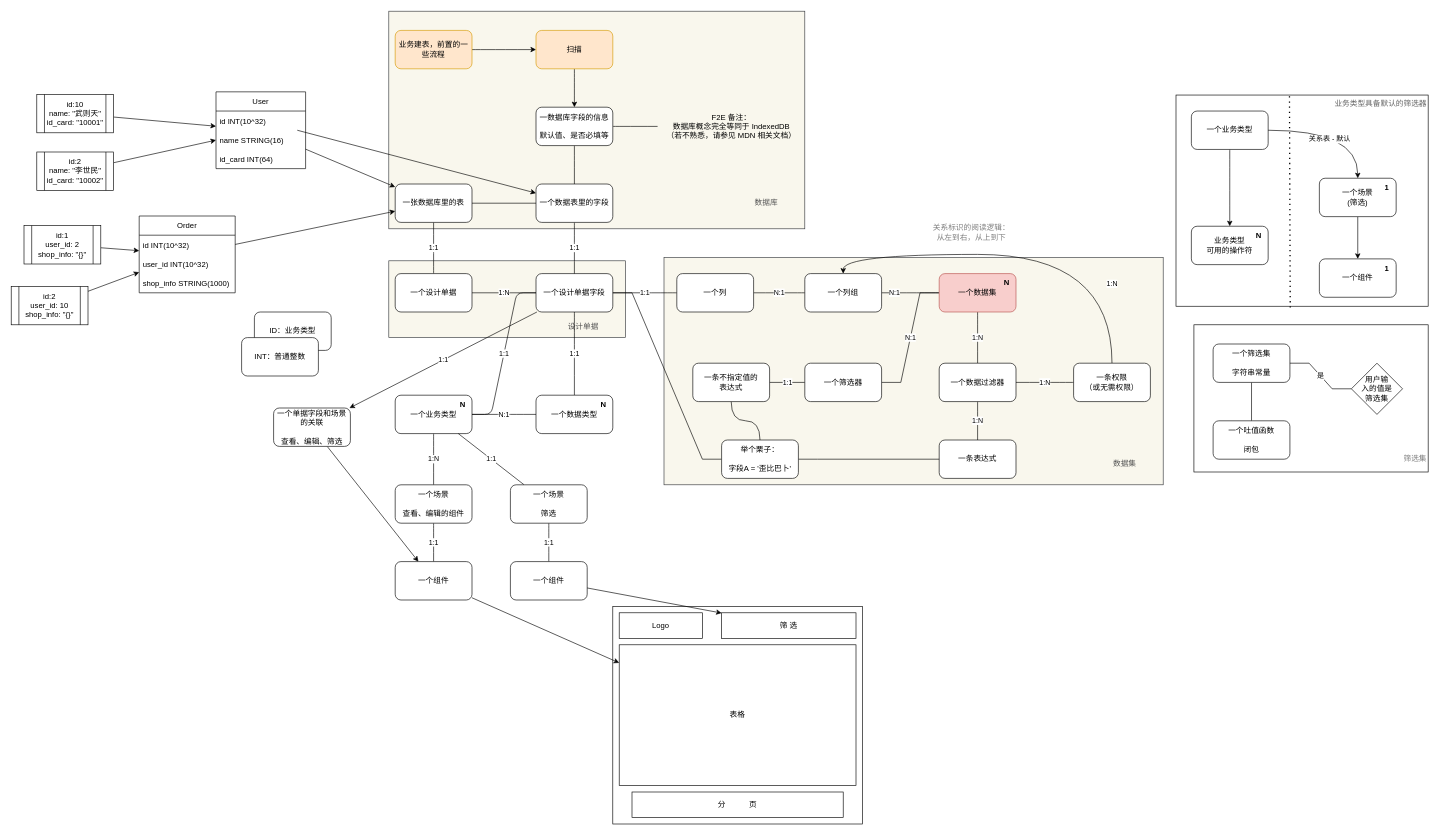
uiosun/diagrams keeps this draw.io diagram as page "Dataset Struct" (6 of 7) of 结构分析.drawio. Above is the earlier version. Source tidied: cells renumbered, new cells numbered last; positions are measured from the earlier drawing's top-left corner, leaving out a move shared by most shapes. Both pictures are drawn from the tidied source at 64%, with x=0, y=0 at pixel (11, 11).
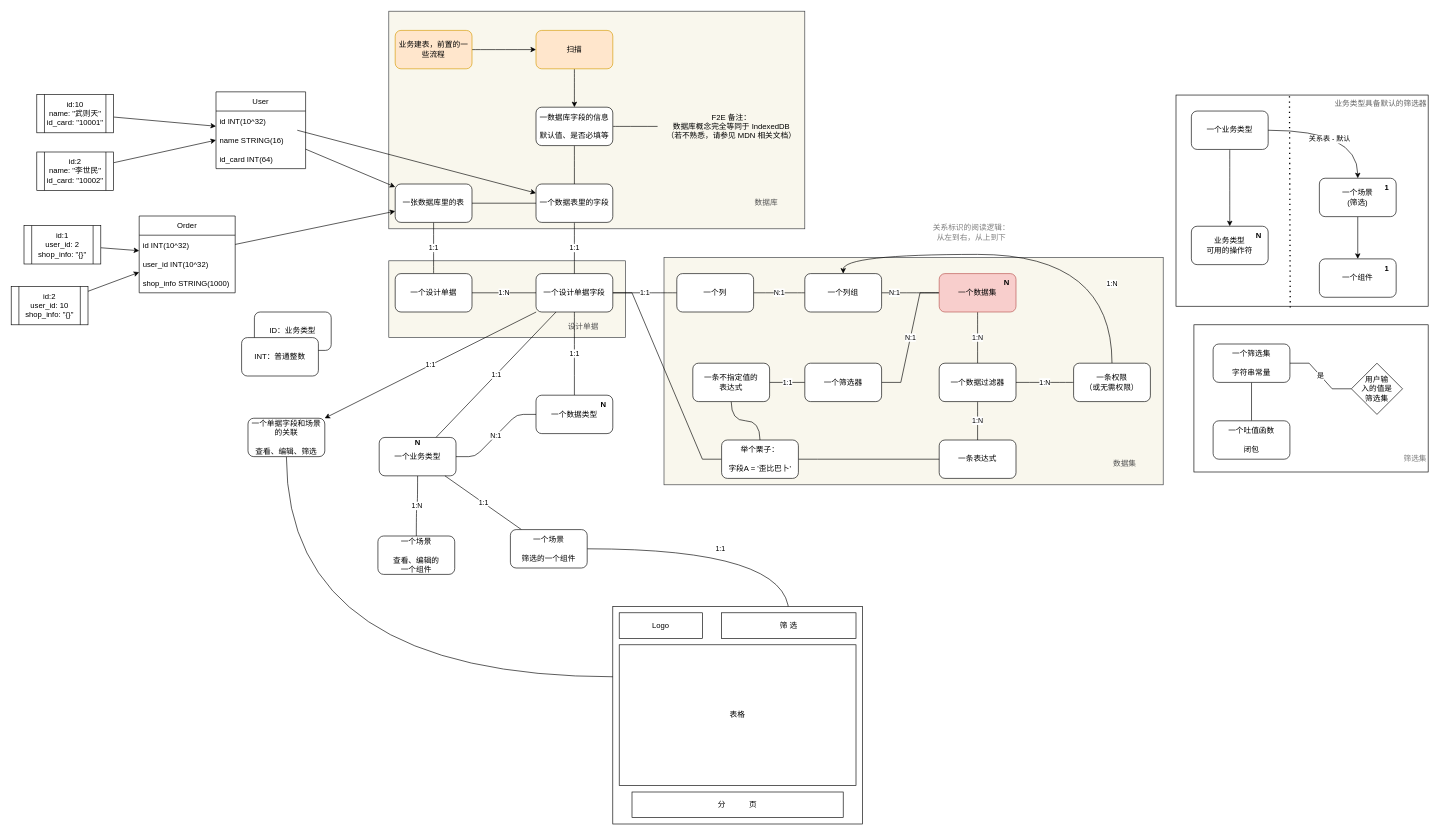
Above is the later version.

The change refers to these unchanged cells:
```xml
<mxCell id="22" value="一个设计单据字段" style="whiteSpace=wrap;html=1;rounded=1;" parent="1" vertex="1">
  <mxGeometry x="820" y="410" width="120" height="60" as="geometry" />
</mxCell>
<mxCell id="74" value="筛 选" style="whiteSpace=wrap;html=1;" parent="1" vertex="1">
  <mxGeometry x="1110" y="940" width="210" height="40" as="geometry" />
</mxCell>
<mxCell id="75" value="表格" style="whiteSpace=wrap;html=1;" parent="1" vertex="1">
  <mxGeometry x="950" y="990" width="370" height="220" as="geometry" />
</mxCell>
```

Change to the diagram source:
```diff
@@
-    <mxCell id="61" value="1:1" style="edgeStyle=entityRelationEdgeStyle;rounded=1;jettySize=auto;html=1;endArrow=none;endFill=0;elbow=vertical;" parent="1" edge="1" source="62" target="22">
+    <mxCell id="61" value="1:1" style="rounded=1;jettySize=auto;html=1;endArrow=none;endFill=0;elbow=vertical;" parent="1" edge="1" source="62" target="22">
       <mxGeometry relative="1" as="geometry" />
     </mxCell>
     <mxCell id="62" value="一个业务类型" style="whiteSpace=wrap;html=1;rounded=1;" parent="1" vertex="1">
-      <mxGeometry x="600" y="600" width="120" height="60" as="geometry" />
+      <mxGeometry x="575" y="666" width="120" height="60" as="geometry" />
     </mxCell>
-    <mxCell id="63" value="1:1" style="edgeStyle=orthogonalEdgeStyle;curved=1;rounded=1;jettySize=auto;html=1;endArrow=none;endFill=0;" parent="1" edge="1" source="64" target="65">
-      <mxGeometry relative="1" as="geometry" />
-    </mxCell>
-    <mxCell id="64" value="一个场景&lt;br&gt;&lt;br&gt;查看、编辑的组件" style="whiteSpace=wrap;html=1;rounded=1;" parent="1" vertex="1">
-      <mxGeometry x="600" y="740" width="120" height="60" as="geometry" />
+    <mxCell id="64" value="一个场景&lt;br&gt;&lt;br&gt;查看、编辑的&lt;br&gt;一个组件" style="whiteSpace=wrap;html=1;rounded=1;" parent="1" vertex="1">
+      <mxGeometry x="573" y="820" width="120" height="60" as="geometry" />
     </mxCell>
-    <mxCell id="65" value="一个组件" style="whiteSpace=wrap;html=1;rounded=1;" parent="1" vertex="1">
-      <mxGeometry x="600" y="860" width="120" height="60" as="geometry" />
-    </mxCell>
-    <mxCell id="66" value="1:1" style="edgeStyle=orthogonalEdgeStyle;curved=1;rounded=1;jettySize=auto;html=1;endArrow=none;endFill=0;" parent="1" edge="1" source="69" target="67">
+    <mxCell id="66" value="1:1" style="edgeStyle=orthogonalEdgeStyle;curved=1;rounded=1;jettySize=auto;html=1;endArrow=none;endFill=0;" parent="1" edge="1" source="69" target="74">
       <mxGeometry relative="1" as="geometry" />
     </mxCell>
-    <mxCell id="67" value="一个组件" style="whiteSpace=wrap;html=1;rounded=1;" parent="1" vertex="1">
-      <mxGeometry x="780" y="860" width="120" height="60" as="geometry" />
-    </mxCell>
@@
-    <mxCell id="69" value="一个场景&lt;br&gt;&lt;br&gt;筛选" style="whiteSpace=wrap;html=1;rounded=1;" parent="1" vertex="1">
-      <mxGeometry x="780" y="740" width="120" height="60" as="geometry" />
+    <mxCell id="69" value="一个场景&lt;br&gt;&lt;br&gt;筛选的一个组件" style="whiteSpace=wrap;html=1;rounded=1;" parent="1" vertex="1">
+      <mxGeometry x="780" y="810" width="120" height="60" as="geometry" />
     </mxCell>
@@
-    <mxCell id="71" style="rounded=0;jettySize=auto;html=1;" parent="1" edge="1" source="72" target="65">
-      <mxGeometry relative="1" as="geometry" />
+    <mxCell id="71" style="rounded=0;jettySize=auto;html=1;edgeStyle=orthogonalEdgeStyle;elbow=vertical;curved=1;" parent="1" edge="1" source="72" target="75">
+      <mxGeometry relative="1" as="geometry">
+        <Array as="points">
+          <mxPoint x="430" y="1040" />
+        </Array>
+      </mxGeometry>
     </mxCell>
     <mxCell id="72" value="一个单据字段和场景的关联&lt;br&gt;&lt;br&gt;查看、编辑、筛选" style="whiteSpace=wrap;html=1;rounded=1;" parent="1" vertex="1">
-      <mxGeometry x="410" y="620" width="120" height="60" as="geometry" />
+      <mxGeometry x="370" y="636" width="120" height="60" as="geometry" />
     </mxCell>
@@
-    <mxCell id="78" style="rounded=0;jettySize=auto;html=1;" parent="1" edge="1" source="67" target="74">
-      <mxGeometry relative="1" as="geometry" />
-    </mxCell>
-    <mxCell id="79" style="rounded=0;jettySize=auto;html=1;" parent="1" edge="1" source="65" target="75">
-      <mxGeometry relative="1" as="geometry" />
-    </mxCell>
     <mxCell id="80" value="&lt;b&gt;N&lt;/b&gt;" style="text;html=1;align=center;verticalAlign=middle;strokeColor=none;fillColor=none;" parent="1" vertex="1">
-      <mxGeometry x="690" y="600" width="30" height="30" as="geometry" />
+      <mxGeometry x="620" y="660" width="30" height="30" as="geometry" />
     </mxCell>
```
